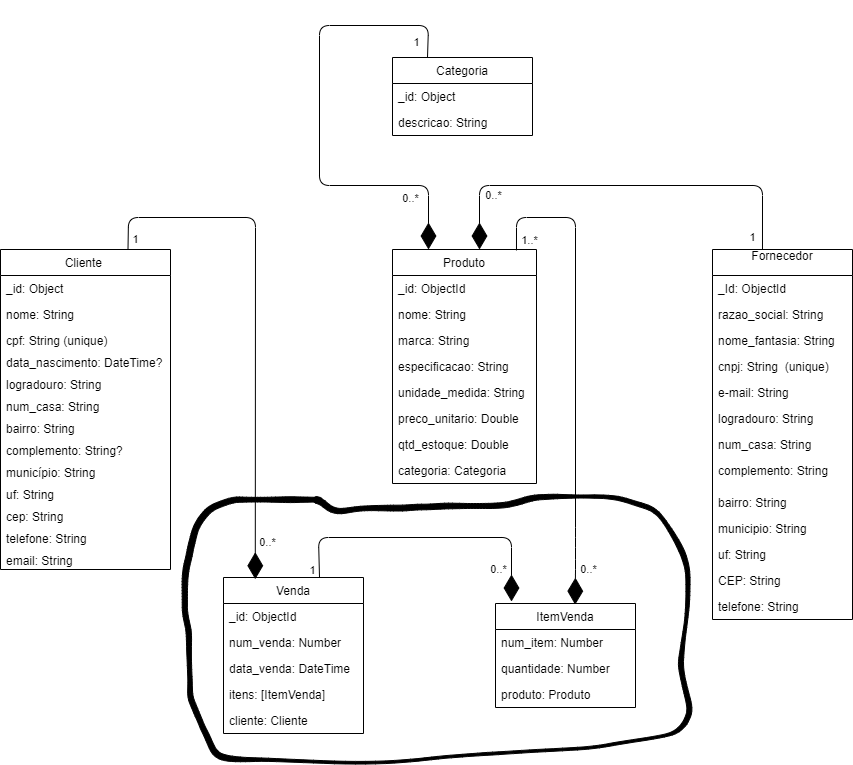
The draw.io diagram docs/NoAM.png in faustocintra/bn-not-2024-2, before a commit. Source tidied: cells renumbered, new cells last; positions are measured from the earlier drawing's top-left corner, leaving out a move shared by most shapes. The source it was exported from:
```xml
<mxGraphModel>
  <root>
    <mxCell id="0" />
    <mxCell id="1" parent="0" />
    <mxCell id="2" value="Cliente " style="swimlane;fontStyle=0;horizontal=1;startSize=26;fillColor=none;" parent="1" vertex="1">
      <mxGeometry y="224" width="170" height="320" as="geometry" />
    </mxCell>
    <mxCell id="3" value="_id: Object" style="text;strokeColor=none;fillColor=none;align=left;verticalAlign=top;spacingLeft=4;spacingRight=4;overflow=hidden;" parent="2" vertex="1">
      <mxGeometry y="26" width="170" height="26" as="geometry" />
    </mxCell>
    <mxCell id="4" value="nome: String" style="text;strokeColor=none;fillColor=none;align=left;verticalAlign=top;spacingLeft=4;spacingRight=4;overflow=hidden;" parent="2" vertex="1">
      <mxGeometry y="52" width="170" height="26" as="geometry" />
    </mxCell>
    <mxCell id="5" value="cpf: String (unique)" style="text;strokeColor=none;fillColor=none;align=left;verticalAlign=top;spacingLeft=4;spacingRight=4;overflow=hidden;" parent="2" vertex="1">
      <mxGeometry y="78" width="170" height="22" as="geometry" />
    </mxCell>
    <mxCell id="6" value="data_nascimento: DateTime?" style="text;strokeColor=none;fillColor=none;align=left;verticalAlign=top;spacingLeft=4;spacingRight=4;overflow=hidden;" parent="2" vertex="1">
      <mxGeometry y="100" width="170" height="22" as="geometry" />
    </mxCell>
    <mxCell id="7" value="logradouro: String" style="text;strokeColor=none;fillColor=none;align=left;verticalAlign=top;spacingLeft=4;spacingRight=4;overflow=hidden;" parent="2" vertex="1">
      <mxGeometry y="122" width="170" height="22" as="geometry" />
    </mxCell>
    <mxCell id="8" value="num_casa: String" style="text;strokeColor=none;fillColor=none;align=left;verticalAlign=top;spacingLeft=4;spacingRight=4;overflow=hidden;" parent="2" vertex="1">
      <mxGeometry y="144" width="170" height="22" as="geometry" />
    </mxCell>
    <mxCell id="9" value="bairro: String" style="text;strokeColor=none;fillColor=none;align=left;verticalAlign=top;spacingLeft=4;spacingRight=4;overflow=hidden;" parent="2" vertex="1">
      <mxGeometry y="166" width="170" height="22" as="geometry" />
    </mxCell>
    <mxCell id="10" value="complemento: String?" style="text;strokeColor=none;fillColor=none;align=left;verticalAlign=top;spacingLeft=4;spacingRight=4;overflow=hidden;" parent="2" vertex="1">
      <mxGeometry y="188" width="170" height="22" as="geometry" />
    </mxCell>
    <mxCell id="11" value="município: String" style="text;strokeColor=none;fillColor=none;align=left;verticalAlign=top;spacingLeft=4;spacingRight=4;overflow=hidden;" parent="2" vertex="1">
      <mxGeometry y="210" width="170" height="22" as="geometry" />
    </mxCell>
    <mxCell id="12" value="uf: String" style="text;strokeColor=none;fillColor=none;align=left;verticalAlign=top;spacingLeft=4;spacingRight=4;overflow=hidden;" parent="2" vertex="1">
      <mxGeometry y="232" width="170" height="22" as="geometry" />
    </mxCell>
    <mxCell id="13" value="cep: String" style="text;strokeColor=none;fillColor=none;align=left;verticalAlign=top;spacingLeft=4;spacingRight=4;overflow=hidden;" parent="2" vertex="1">
      <mxGeometry y="254" width="170" height="22" as="geometry" />
    </mxCell>
    <mxCell id="14" value="telefone: String" style="text;strokeColor=none;fillColor=none;align=left;verticalAlign=top;spacingLeft=4;spacingRight=4;overflow=hidden;" parent="2" vertex="1">
      <mxGeometry y="276" width="170" height="22" as="geometry" />
    </mxCell>
    <mxCell id="15" value="email: String" style="text;strokeColor=none;fillColor=none;align=left;verticalAlign=top;spacingLeft=4;spacingRight=4;overflow=hidden;" parent="2" vertex="1">
      <mxGeometry y="298" width="170" height="22" as="geometry" />
    </mxCell>
    <mxCell id="16" value="Venda" style="swimlane;fontStyle=0;horizontal=1;startSize=26;fillColor=none;" parent="1" vertex="1">
      <mxGeometry x="223" y="552" width="140" height="156" as="geometry" />
    </mxCell>
    <mxCell id="17" value="_id: ObjectId" style="text;strokeColor=none;fillColor=none;align=left;verticalAlign=top;spacingLeft=4;spacingRight=4;overflow=hidden;" parent="16" vertex="1">
      <mxGeometry y="26" width="140" height="26" as="geometry" />
    </mxCell>
    <mxCell id="18" value="num_venda: Number" style="text;strokeColor=none;fillColor=none;align=left;verticalAlign=top;spacingLeft=4;spacingRight=4;overflow=hidden;" parent="16" vertex="1">
      <mxGeometry y="52" width="140" height="26" as="geometry" />
    </mxCell>
    <mxCell id="19" value="data_venda: DateTime" style="text;strokeColor=none;fillColor=none;align=left;verticalAlign=top;spacingLeft=4;spacingRight=4;overflow=hidden;" parent="16" vertex="1">
      <mxGeometry y="78" width="140" height="26" as="geometry" />
    </mxCell>
    <mxCell id="20" value="itens: [ItemVenda]" style="text;strokeColor=none;fillColor=none;align=left;verticalAlign=top;spacingLeft=4;spacingRight=4;overflow=hidden;" parent="16" vertex="1">
      <mxGeometry y="104" width="140" height="26" as="geometry" />
    </mxCell>
    <mxCell id="21" value="cliente: Cliente" style="text;strokeColor=none;fillColor=none;align=left;verticalAlign=top;spacingLeft=4;spacingRight=4;overflow=hidden;" parent="16" vertex="1">
      <mxGeometry y="130" width="140" height="26" as="geometry" />
    </mxCell>
    <mxCell id="22" value="Fornecedor&#10;" style="swimlane;fontStyle=0;horizontal=1;startSize=26;fillColor=none;" parent="1" vertex="1">
      <mxGeometry x="712" y="224" width="140" height="370" as="geometry" />
    </mxCell>
    <mxCell id="23" value="_Id: ObjectId" style="text;strokeColor=none;fillColor=none;align=left;verticalAlign=top;spacingLeft=4;spacingRight=4;overflow=hidden;" parent="22" vertex="1">
      <mxGeometry y="26" width="140" height="26" as="geometry" />
    </mxCell>
    <mxCell id="24" value="razao_social: String" style="text;strokeColor=none;fillColor=none;align=left;verticalAlign=top;spacingLeft=4;spacingRight=4;overflow=hidden;" parent="22" vertex="1">
      <mxGeometry y="52" width="140" height="26" as="geometry" />
    </mxCell>
    <mxCell id="25" value="nome_fantasia: String" style="text;strokeColor=none;fillColor=none;align=left;verticalAlign=top;spacingLeft=4;spacingRight=4;overflow=hidden;" parent="22" vertex="1">
      <mxGeometry y="78" width="140" height="26" as="geometry" />
    </mxCell>
    <mxCell id="26" value="cnpj: String  (unique)" style="text;strokeColor=none;fillColor=none;align=left;verticalAlign=top;spacingLeft=4;spacingRight=4;overflow=hidden;" parent="22" vertex="1">
      <mxGeometry y="104" width="140" height="26" as="geometry" />
    </mxCell>
    <mxCell id="27" value="e-mail: String" style="text;strokeColor=none;fillColor=none;align=left;verticalAlign=top;spacingLeft=4;spacingRight=4;overflow=hidden;" parent="22" vertex="1">
      <mxGeometry y="130" width="140" height="26" as="geometry" />
    </mxCell>
    <mxCell id="28" value="logradouro: String" style="text;strokeColor=none;fillColor=none;align=left;verticalAlign=top;spacingLeft=4;spacingRight=4;overflow=hidden;" parent="22" vertex="1">
      <mxGeometry y="156" width="140" height="26" as="geometry" />
    </mxCell>
    <mxCell id="29" value="num_casa: String" style="text;strokeColor=none;fillColor=none;align=left;verticalAlign=top;spacingLeft=4;spacingRight=4;overflow=hidden;" parent="22" vertex="1">
      <mxGeometry y="182" width="140" height="26" as="geometry" />
    </mxCell>
    <mxCell id="30" value="complemento: String" style="text;strokeColor=none;fillColor=none;align=left;verticalAlign=top;spacingLeft=4;spacingRight=4;overflow=hidden;" parent="22" vertex="1">
      <mxGeometry y="208" width="140" height="32" as="geometry" />
    </mxCell>
    <mxCell id="31" value="bairro: String" style="text;strokeColor=none;fillColor=none;align=left;verticalAlign=top;spacingLeft=4;spacingRight=4;overflow=hidden;" parent="22" vertex="1">
      <mxGeometry y="240" width="140" height="26" as="geometry" />
    </mxCell>
    <mxCell id="32" value="municipio: String" style="text;strokeColor=none;fillColor=none;align=left;verticalAlign=top;spacingLeft=4;spacingRight=4;overflow=hidden;" parent="22" vertex="1">
      <mxGeometry y="266" width="140" height="26" as="geometry" />
    </mxCell>
    <mxCell id="33" value="uf: String" style="text;strokeColor=none;fillColor=none;align=left;verticalAlign=top;spacingLeft=4;spacingRight=4;overflow=hidden;" parent="22" vertex="1">
      <mxGeometry y="292" width="140" height="26" as="geometry" />
    </mxCell>
    <mxCell id="34" value="CEP: String" style="text;strokeColor=none;fillColor=none;align=left;verticalAlign=top;spacingLeft=4;spacingRight=4;overflow=hidden;" parent="22" vertex="1">
      <mxGeometry y="318" width="140" height="26" as="geometry" />
    </mxCell>
    <mxCell id="35" value="telefone: String" style="text;strokeColor=none;fillColor=none;align=left;verticalAlign=top;spacingLeft=4;spacingRight=4;overflow=hidden;" parent="22" vertex="1">
      <mxGeometry y="344" width="140" height="26" as="geometry" />
    </mxCell>
    <mxCell id="36" value="Produto" style="swimlane;fontStyle=0;horizontal=1;startSize=26;fillColor=none;" parent="1" vertex="1">
      <mxGeometry x="392" y="224" width="144" height="234" as="geometry" />
    </mxCell>
    <mxCell id="37" value="_id: ObjectId" style="text;strokeColor=none;fillColor=none;align=left;verticalAlign=top;spacingLeft=4;spacingRight=4;overflow=hidden;" parent="36" vertex="1">
      <mxGeometry y="26" width="144" height="26" as="geometry" />
    </mxCell>
    <mxCell id="38" value="nome: String" style="text;strokeColor=none;fillColor=none;align=left;verticalAlign=top;spacingLeft=4;spacingRight=4;overflow=hidden;" parent="36" vertex="1">
      <mxGeometry y="52" width="144" height="26" as="geometry" />
    </mxCell>
    <mxCell id="39" value="marca: String" style="text;strokeColor=none;fillColor=none;align=left;verticalAlign=top;spacingLeft=4;spacingRight=4;overflow=hidden;" parent="36" vertex="1">
      <mxGeometry y="78" width="144" height="26" as="geometry" />
    </mxCell>
    <mxCell id="40" value="especificacao: String" style="text;strokeColor=none;fillColor=none;align=left;verticalAlign=top;spacingLeft=4;spacingRight=4;overflow=hidden;" parent="36" vertex="1">
      <mxGeometry y="104" width="144" height="26" as="geometry" />
    </mxCell>
    <mxCell id="41" value="unidade_medida: String" style="text;strokeColor=none;fillColor=none;align=left;verticalAlign=top;spacingLeft=4;spacingRight=4;overflow=hidden;" parent="36" vertex="1">
      <mxGeometry y="130" width="144" height="26" as="geometry" />
    </mxCell>
    <mxCell id="42" value="preco_unitario: Double" style="text;strokeColor=none;fillColor=none;align=left;verticalAlign=top;spacingLeft=4;spacingRight=4;overflow=hidden;" parent="36" vertex="1">
      <mxGeometry y="156" width="144" height="26" as="geometry" />
    </mxCell>
    <mxCell id="43" value="qtd_estoque: Double" style="text;strokeColor=none;fillColor=none;align=left;verticalAlign=top;spacingLeft=4;spacingRight=4;overflow=hidden;" parent="36" vertex="1">
      <mxGeometry y="182" width="144" height="26" as="geometry" />
    </mxCell>
    <mxCell id="44" value="categoria: Categoria" style="text;strokeColor=none;fillColor=none;align=left;verticalAlign=top;spacingLeft=4;spacingRight=4;overflow=hidden;" parent="36" vertex="1">
      <mxGeometry y="208" width="144" height="26" as="geometry" />
    </mxCell>
    <mxCell id="45" value="ItemVenda" style="swimlane;fontStyle=0;horizontal=1;startSize=26;fillColor=none;" parent="1" vertex="1">
      <mxGeometry x="495" y="578" width="140" height="104" as="geometry" />
    </mxCell>
    <mxCell id="46" value="num_item: Number" style="text;strokeColor=none;fillColor=none;align=left;verticalAlign=top;spacingLeft=4;spacingRight=4;overflow=hidden;" parent="45" vertex="1">
      <mxGeometry y="26" width="140" height="26" as="geometry" />
    </mxCell>
    <mxCell id="47" value="quantidade: Number" style="text;strokeColor=none;fillColor=none;align=left;verticalAlign=top;spacingLeft=4;spacingRight=4;overflow=hidden;" parent="45" vertex="1">
      <mxGeometry y="52" width="140" height="26" as="geometry" />
    </mxCell>
    <mxCell id="48" value="produto: Produto" style="text;strokeColor=none;fillColor=none;align=left;verticalAlign=top;spacingLeft=4;spacingRight=4;overflow=hidden;" parent="45" vertex="1">
      <mxGeometry y="78" width="140" height="26" as="geometry" />
    </mxCell>
    <mxCell id="49" style="endArrow=diamondThin;endFill=1;endSize=24;html=1;fillColor=#000000;entryX=0.227;entryY=0.011;entryDx=0;entryDy=0;entryPerimeter=0;exitX=0.75;exitY=0;exitDx=0;exitDy=0;" parent="1" edge="1" source="2" target="16">
      <mxGeometry relative="1" as="geometry">
        <Array as="points">
          <mxPoint x="128" y="192" />
          <mxPoint x="255" y="192" />
        </Array>
      </mxGeometry>
    </mxCell>
    <mxCell id="50" value="Categoria" style="swimlane;fontStyle=0;horizontal=1;startSize=26;fillColor=none;" parent="1" vertex="1">
      <mxGeometry x="392" y="32" width="140" height="78" as="geometry" />
    </mxCell>
    <mxCell id="51" value="_id: Object" style="text;strokeColor=none;fillColor=none;align=left;verticalAlign=top;spacingLeft=4;spacingRight=4;overflow=hidden;" parent="50" vertex="1">
      <mxGeometry y="26" width="140" height="26" as="geometry" />
    </mxCell>
    <mxCell id="52" value="descricao: String" style="text;strokeColor=none;fillColor=none;align=left;verticalAlign=top;spacingLeft=4;spacingRight=4;overflow=hidden;" parent="50" vertex="1">
      <mxGeometry y="52" width="140" height="26" as="geometry" />
    </mxCell>
    <mxCell id="53" style="endArrow=diamondThin;endFill=1;endSize=24;html=1;fillColor=#000000;exitX=0.357;exitY=0;exitDx=0;exitDy=0;exitPerimeter=0;" parent="1" edge="1" source="22">
      <mxGeometry relative="1" as="geometry">
        <mxPoint x="479" y="224" as="targetPoint" />
        <Array as="points">
          <mxPoint x="762" y="160" />
          <mxPoint x="479" y="160" />
        </Array>
      </mxGeometry>
    </mxCell>
    <mxCell id="54" style="endArrow=diamondThin;endFill=1;endSize=24;html=1;fillColor=#000000;exitX=0.861;exitY=0.004;exitDx=0;exitDy=0;exitPerimeter=0;entryX=0.569;entryY=0.011;entryDx=0;entryDy=0;entryPerimeter=0;" parent="1" edge="1" source="36" target="45">
      <mxGeometry relative="1" as="geometry">
        <Array as="points">
          <mxPoint x="516" y="192" />
          <mxPoint x="575" y="192" />
          <mxPoint x="575" y="512" />
          <mxPoint x="575" y="544" />
        </Array>
      </mxGeometry>
    </mxCell>
    <mxCell id="55" value="0..*" style="edgeLabel;html=1;align=center;verticalAlign=middle;" parent="54" vertex="1">
      <mxGeometry x="0.91" y="1" relative="1" as="geometry">
        <mxPoint x="12" y="-14" as="offset" />
      </mxGeometry>
    </mxCell>
    <mxCell id="56" style="endArrow=diamondThin;endFill=1;endSize=24;html=1;fillColor=#000000;entryX=0.25;entryY=0;entryDx=0;entryDy=0;exitX=0.25;exitY=0;exitDx=0;exitDy=0;" parent="1" edge="1" source="50" target="36">
      <mxGeometry relative="1" as="geometry">
        <Array as="points">
          <mxPoint x="428" />
          <mxPoint x="319" />
          <mxPoint x="319" y="160" />
          <mxPoint x="428" y="160" />
        </Array>
      </mxGeometry>
    </mxCell>
    <mxCell id="57" value="0..*" style="edgeLabel;html=1;align=center;verticalAlign=middle;" parent="1" vertex="1">
      <mxGeometry x="266.2" y="516.2" as="geometry" />
    </mxCell>
    <mxCell id="58" style="endArrow=diamondThin;endFill=1;endSize=24;html=1;" parent="1" edge="1">
      <mxGeometry relative="1" as="geometry">
        <mxPoint x="319" y="552" as="sourcePoint" />
        <mxPoint x="511" y="576" as="targetPoint" />
        <Array as="points">
          <mxPoint x="318" y="512" />
          <mxPoint x="511" y="512" />
        </Array>
      </mxGeometry>
    </mxCell>
    <mxCell id="59" value="1" style="edgeLabel;html=1;align=center;verticalAlign=middle;" parent="1" vertex="1">
      <mxGeometry x="315.2" y="548.2" as="geometry">
        <mxPoint x="-4" y="-4" as="offset" />
      </mxGeometry>
    </mxCell>
    <mxCell id="60" value="0..*" style="edgeLabel;html=1;align=center;verticalAlign=middle;" parent="1" vertex="1">
      <mxGeometry x="497.9" y="543.1" as="geometry" />
    </mxCell>
    <mxCell id="61" value="1" style="edgeLabel;html=1;align=center;verticalAlign=middle;" parent="1" vertex="1">
      <mxGeometry x="419.2" y="20.2" as="geometry">
        <mxPoint x="-4" y="-4" as="offset" />
      </mxGeometry>
    </mxCell>
    <mxCell id="62" value="1" style="edgeLabel;html=1;align=center;verticalAlign=middle;" parent="1" vertex="1">
      <mxGeometry x="179.2" y="258.2" as="geometry">
        <mxPoint x="-45" y="-45" as="offset" />
      </mxGeometry>
    </mxCell>
    <mxCell id="63" value="1" style="edgeLabel;html=1;align=center;verticalAlign=middle;" parent="1" vertex="1">
      <mxGeometry x="755.2" y="215.2" as="geometry">
        <mxPoint x="-4" y="-4" as="offset" />
      </mxGeometry>
    </mxCell>
    <mxCell id="64" value="1..*" style="edgeLabel;html=1;align=center;verticalAlign=middle;" parent="1" vertex="1">
      <mxGeometry x="532.2" y="218.2" as="geometry">
        <mxPoint x="-4" y="-4" as="offset" />
      </mxGeometry>
    </mxCell>
    <mxCell id="65" value="0..*" style="edgeLabel;html=1;align=center;verticalAlign=middle;" parent="1" vertex="1">
      <mxGeometry x="496.2" y="173.2" as="geometry">
        <mxPoint x="-4" y="-4" as="offset" />
      </mxGeometry>
    </mxCell>
    <mxCell id="66" value="0..*" style="edgeLabel;html=1;align=center;verticalAlign=middle;" parent="1" vertex="1">
      <mxGeometry x="413.2" y="176.2" as="geometry">
        <mxPoint x="-4" y="-4" as="offset" />
      </mxGeometry>
    </mxCell>
    <mxCell id="67" style="shape=(stored shape, 6124 characters);lineShape=1;" parent="1" vertex="1">
      <mxGeometry x="181.6" y="468.8" width="509.8" height="269.8" as="geometry" />
    </mxCell>
  </root>
</mxGraphModel>
```
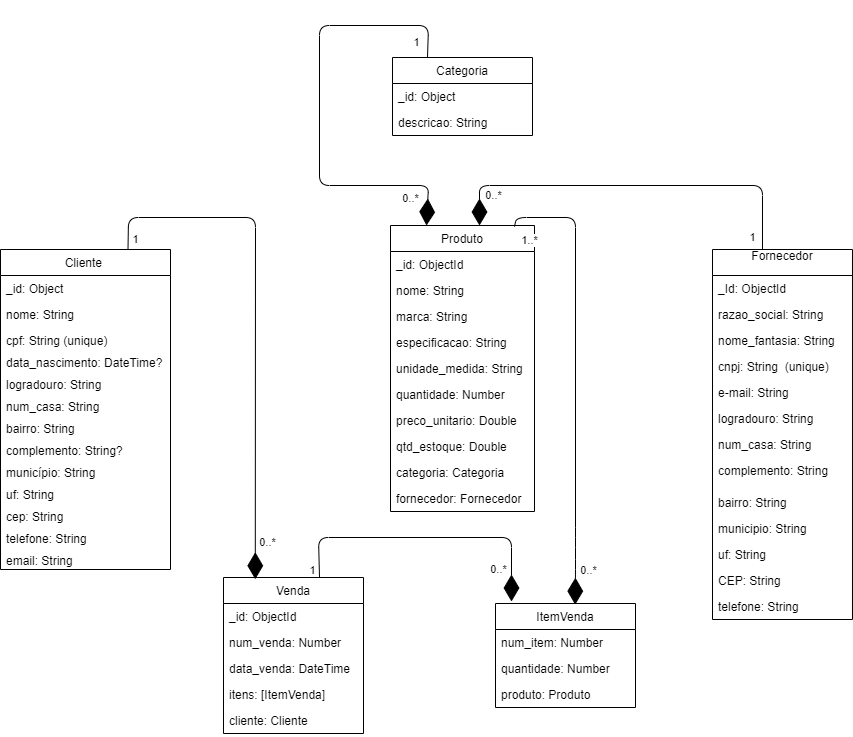
The same diagram one commit later.

Change to the diagram source:
```diff
@@ -105,7 +105,7 @@
       <mxGeometry y="344" width="140" height="26" as="geometry" />
     </mxCell>
     <mxCell id="36" value="Produto" style="swimlane;fontStyle=0;horizontal=1;startSize=26;fillColor=none;" parent="1" vertex="1">
-      <mxGeometry x="392" y="224" width="144" height="234" as="geometry" />
+      <mxGeometry x="390" y="200" width="144" height="286" as="geometry" />
     </mxCell>
     <mxCell id="37" value="_id: ObjectId" style="text;strokeColor=none;fillColor=none;align=left;verticalAlign=top;spacingLeft=4;spacingRight=4;overflow=hidden;" parent="36" vertex="1">
       <mxGeometry y="26" width="144" height="26" as="geometry" />
@@ -119,17 +119,23 @@
     <mxCell id="40" value="especificacao: String" style="text;strokeColor=none;fillColor=none;align=left;verticalAlign=top;spacingLeft=4;spacingRight=4;overflow=hidden;" parent="36" vertex="1">
       <mxGeometry y="104" width="144" height="26" as="geometry" />
     </mxCell>
+    <mxCell id="68" value="unidade_medida: String" style="text;strokeColor=none;fillColor=none;align=left;verticalAlign=top;spacingLeft=4;spacingRight=4;overflow=hidden;" parent="36" vertex="1">
+      <mxGeometry y="130" width="144" height="26" as="geometry" />
+    </mxCell>
-    <mxCell id="41" value="unidade_medida: String" style="text;strokeColor=none;fillColor=none;align=left;verticalAlign=top;spacingLeft=4;spacingRight=4;overflow=hidden;" parent="36" vertex="1">
-      <mxGeometry y="130" width="144" height="26" as="geometry" />
+    <mxCell id="41" value="quantidade: Number" style="text;strokeColor=none;fillColor=none;align=left;verticalAlign=top;spacingLeft=4;spacingRight=4;overflow=hidden;" parent="36" vertex="1">
+      <mxGeometry y="156" width="144" height="26" as="geometry" />
     </mxCell>
     <mxCell id="42" value="preco_unitario: Double" style="text;strokeColor=none;fillColor=none;align=left;verticalAlign=top;spacingLeft=4;spacingRight=4;overflow=hidden;" parent="36" vertex="1">
-      <mxGeometry y="156" width="144" height="26" as="geometry" />
+      <mxGeometry y="182" width="144" height="26" as="geometry" />
     </mxCell>
     <mxCell id="43" value="qtd_estoque: Double" style="text;strokeColor=none;fillColor=none;align=left;verticalAlign=top;spacingLeft=4;spacingRight=4;overflow=hidden;" parent="36" vertex="1">
-      <mxGeometry y="182" width="144" height="26" as="geometry" />
+      <mxGeometry y="208" width="144" height="26" as="geometry" />
     </mxCell>
+    <mxCell id="69" value="categoria: Categoria" style="text;strokeColor=none;fillColor=none;align=left;verticalAlign=top;spacingLeft=4;spacingRight=4;overflow=hidden;" parent="36" vertex="1">
+      <mxGeometry y="234" width="144" height="26" as="geometry" />
+    </mxCell>
-    <mxCell id="44" value="categoria: Categoria" style="text;strokeColor=none;fillColor=none;align=left;verticalAlign=top;spacingLeft=4;spacingRight=4;overflow=hidden;" parent="36" vertex="1">
-      <mxGeometry y="208" width="144" height="26" as="geometry" />
+    <mxCell id="44" value="fornecedor: Fornecedor" style="text;strokeColor=none;fillColor=none;align=left;verticalAlign=top;spacingLeft=4;spacingRight=4;overflow=hidden;" parent="36" vertex="1">
+      <mxGeometry y="260" width="144" height="26" as="geometry" />
     </mxCell>
     <mxCell id="45" value="ItemVenda" style="swimlane;fontStyle=0;horizontal=1;startSize=26;fillColor=none;" parent="1" vertex="1">
       <mxGeometry x="495" y="578" width="140" height="104" as="geometry" />
@@ -162,7 +168,7 @@
     </mxCell>
     <mxCell id="53" style="endArrow=diamondThin;endFill=1;endSize=24;html=1;fillColor=#000000;exitX=0.357;exitY=0;exitDx=0;exitDy=0;exitPerimeter=0;" parent="1" edge="1" source="22">
       <mxGeometry relative="1" as="geometry">
-        <mxPoint x="479" y="224" as="targetPoint" />
+        <mxPoint x="479" y="200" as="targetPoint" />
         <Array as="points">
           <mxPoint x="762" y="160" />
           <mxPoint x="479" y="160" />
@@ -245,8 +251,5 @@
         <mxPoint x="-4" y="-4" as="offset" />
       </mxGeometry>
     </mxCell>
-    <mxCell id="67" style="shape=(stored shape, 6124 characters);lineShape=1;" parent="1" vertex="1">
-      <mxGeometry x="181.6" y="468.8" width="509.8" height="269.8" as="geometry" />
-    </mxCell>
   </root>
 </mxGraphModel>
```
